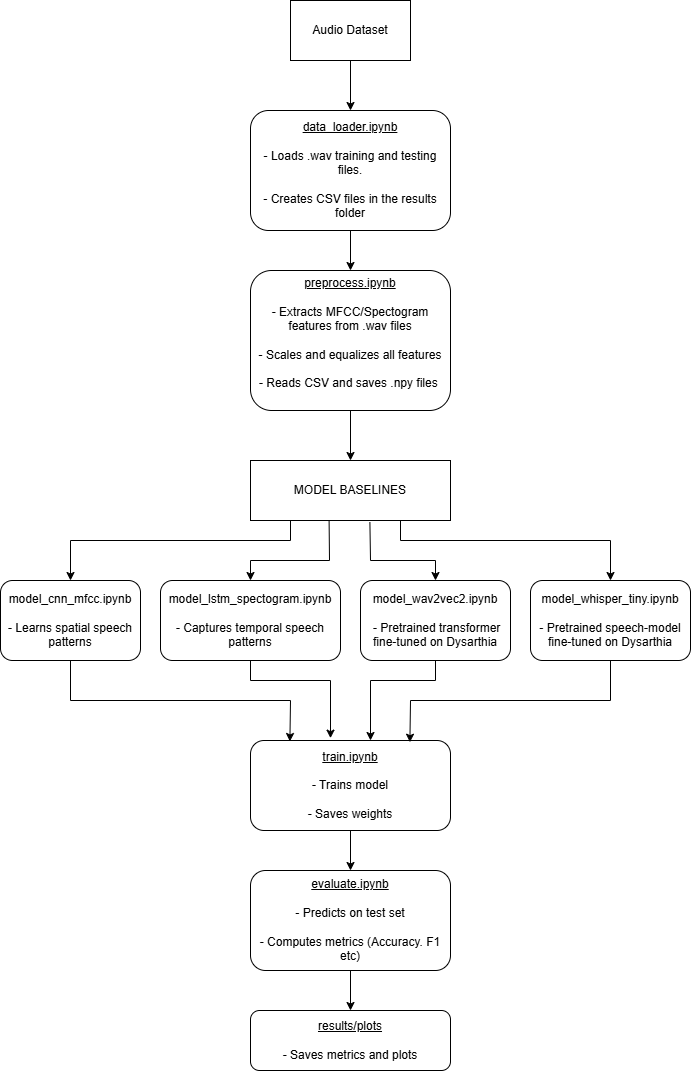
Earlier version of the draw.io export Baseline Pipeline Implementation/Pipeline Diagram.png (jharoon268/Detecting_Dysarthia). Source tidied: cells renumbered, new cells last; positions are measured from the earlier drawing's top-left corner, leaving out a move shared by most shapes.
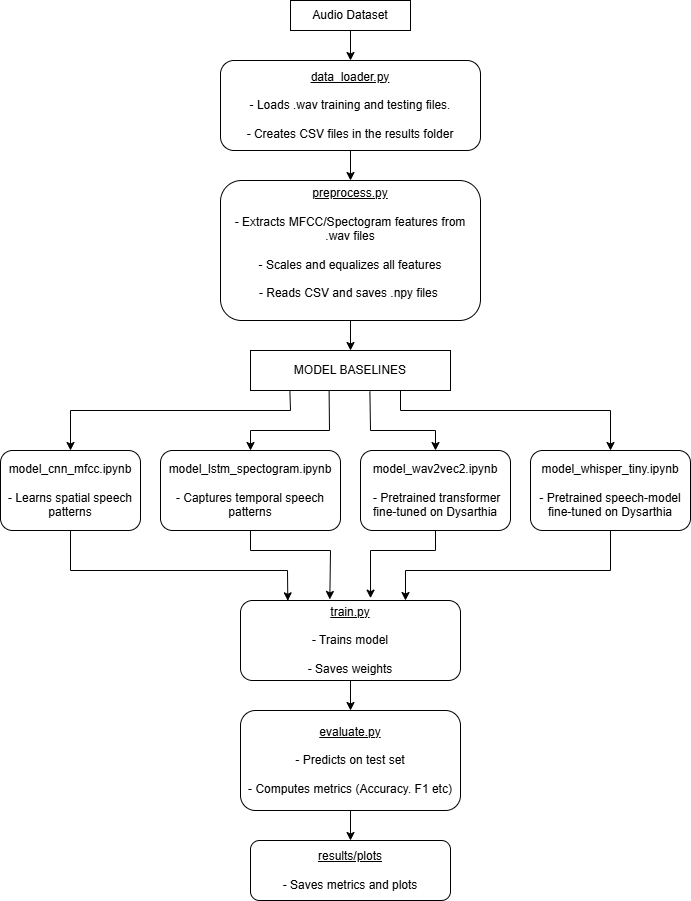
The same file after the commit.

The edit, as a diff of the source:
```diff
@@ -3,22 +3,22 @@
     <mxCell id="0" />
     <mxCell id="1" parent="0" />
     <mxCell id="2" value="Audio Dataset" style="rounded=0;whiteSpace=wrap;html=1;" parent="1" vertex="1">
-      <mxGeometry x="290" width="120" height="60" as="geometry" />
+      <mxGeometry x="290" y="50" width="120" height="30" as="geometry" />
     </mxCell>
-    <mxCell id="3" value="&lt;u&gt;data_loader.ipynb&lt;/u&gt;&lt;div&gt;&lt;br&gt;&lt;/div&gt;&lt;div&gt;- Loads .wav training and testing files.&lt;/div&gt;&lt;div&gt;&lt;br&gt;&lt;/div&gt;&lt;div&gt;- Creates CSV files in the results folder&lt;/div&gt;" style="rounded=1;whiteSpace=wrap;html=1;" parent="1" vertex="1">
-      <mxGeometry x="250" y="110" width="200" height="120" as="geometry" />
+    <mxCell id="3" value="&lt;u&gt;data_loader.py&lt;/u&gt;&lt;div&gt;&lt;br&gt;&lt;/div&gt;&lt;div&gt;- Loads .wav training and testing files.&lt;/div&gt;&lt;div&gt;&lt;br&gt;&lt;/div&gt;&lt;div&gt;- Creates CSV files in the results folder&lt;/div&gt;" style="rounded=1;whiteSpace=wrap;html=1;" parent="1" vertex="1">
+      <mxGeometry x="220" y="110" width="260" height="90" as="geometry" />
     </mxCell>
-    <mxCell id="4" value="&lt;u&gt;preprocess.ipynb&lt;/u&gt;&lt;div&gt;&lt;br&gt;&lt;/div&gt;&lt;div&gt;- Extracts MFCC/Spectogram features from .wav files&lt;/div&gt;&lt;div&gt;&lt;br&gt;&lt;/div&gt;&lt;div&gt;- Scales and equalizes all features&lt;/div&gt;&lt;div&gt;&lt;br&gt;&lt;/div&gt;&lt;div&gt;- Reads CSV and saves .npy files&amp;nbsp;&lt;/div&gt;&lt;div&gt;&lt;br&gt;&lt;/div&gt;" style="rounded=1;whiteSpace=wrap;html=1;" parent="1" vertex="1">
-      <mxGeometry x="250" y="270" width="200" height="140" as="geometry" />
+    <mxCell id="4" value="&lt;u&gt;preprocess.py&lt;/u&gt;&lt;div&gt;&lt;br&gt;&lt;/div&gt;&lt;div&gt;- Extracts MFCC/Spectogram features from .wav files&lt;/div&gt;&lt;div&gt;&lt;br&gt;&lt;/div&gt;&lt;div&gt;- Scales and equalizes all features&lt;/div&gt;&lt;div&gt;&lt;br&gt;&lt;/div&gt;&lt;div&gt;- Reads CSV and saves .npy files&amp;nbsp;&lt;/div&gt;&lt;div&gt;&lt;br&gt;&lt;/div&gt;" style="rounded=1;whiteSpace=wrap;html=1;" parent="1" vertex="1">
+      <mxGeometry x="220" y="230" width="260" height="140" as="geometry" />
     </mxCell>
-    <mxCell id="5" value="&lt;u&gt;train.ipynb&lt;/u&gt;&lt;div&gt;&lt;br&gt;&lt;/div&gt;&lt;div&gt;- Trains model&lt;/div&gt;&lt;div&gt;&lt;br&gt;&lt;/div&gt;&lt;div&gt;&lt;span style=&quot;background-color: transparent; color: light-dark(rgb(0, 0, 0), rgb(255, 255, 255));&quot;&gt;- Saves weights&lt;/span&gt;&lt;/div&gt;" style="rounded=1;whiteSpace=wrap;html=1;" parent="1" vertex="1">
-      <mxGeometry x="250" y="740" width="200" height="90" as="geometry" />
+    <mxCell id="5" value="&lt;u&gt;train.py&lt;/u&gt;&lt;div&gt;&lt;br&gt;&lt;/div&gt;&lt;div&gt;- Trains model&lt;/div&gt;&lt;div&gt;&lt;br&gt;&lt;/div&gt;&lt;div&gt;&lt;span style=&quot;background-color: transparent; color: light-dark(rgb(0, 0, 0), rgb(255, 255, 255));&quot;&gt;- Saves weights&lt;/span&gt;&lt;/div&gt;" style="rounded=1;whiteSpace=wrap;html=1;" parent="1" vertex="1">
+      <mxGeometry x="240" y="650" width="220" height="80" as="geometry" />
     </mxCell>
-    <mxCell id="6" value="&lt;u&gt;evaluate.ipynb&lt;/u&gt;&lt;div&gt;&lt;br&gt;&lt;/div&gt;&lt;div&gt;- Predicts on test set&lt;/div&gt;&lt;div&gt;&lt;br&gt;&lt;/div&gt;&lt;div&gt;- Computes metrics (Accuracy. F1 etc)&lt;/div&gt;" style="rounded=1;whiteSpace=wrap;html=1;" parent="1" vertex="1">
-      <mxGeometry x="250" y="870" width="200" height="100" as="geometry" />
+    <mxCell id="6" value="&lt;u&gt;evaluate.py&lt;/u&gt;&lt;div&gt;&lt;br&gt;&lt;/div&gt;&lt;div&gt;- Predicts on test set&lt;/div&gt;&lt;div&gt;&lt;br&gt;&lt;/div&gt;&lt;div&gt;- Computes metrics (Accuracy. F1 etc)&lt;/div&gt;" style="rounded=1;whiteSpace=wrap;html=1;" parent="1" vertex="1">
+      <mxGeometry x="240" y="760" width="220" height="100" as="geometry" />
     </mxCell>
     <mxCell id="7" value="&lt;u&gt;results/plots&lt;/u&gt;&lt;div&gt;&lt;br&gt;&lt;/div&gt;&lt;div&gt;- Saves metrics and plots&lt;/div&gt;" style="rounded=1;whiteSpace=wrap;html=1;" parent="1" vertex="1">
-      <mxGeometry x="250" y="1010" width="200" height="60" as="geometry" />
+      <mxGeometry x="250" y="890" width="200" height="60" as="geometry" />
     </mxCell>
     <mxCell id="8" style="endArrow=classic;html=1;rounded=0;exitX=0.5;exitY=1;exitDx=0;exitDy=0;entryX=0.5;entryY=0;entryDx=0;entryDy=0;" parent="1" edge="1" source="2" target="3">
       <mxGeometry relative="1" as="geometry" />
@@ -26,10 +26,8 @@
     <mxCell id="9" style="endArrow=classic;html=1;rounded=0;exitX=0.5;exitY=1;exitDx=0;exitDy=0;entryX=0.5;entryY=0;entryDx=0;entryDy=0;" parent="1" edge="1" source="3" target="4">
       <mxGeometry relative="1" as="geometry" />
     </mxCell>
-    <mxCell id="10" style="endArrow=classic;html=1;rounded=0;exitX=0.5;exitY=1;exitDx=0;exitDy=0;" parent="1" edge="1" source="4">
-      <mxGeometry relative="1" as="geometry">
-        <mxPoint x="350" y="460" as="targetPoint" />
-      </mxGeometry>
+    <mxCell id="10" style="endArrow=classic;html=1;rounded=0;exitX=0.5;exitY=1;exitDx=0;exitDy=0;entryX=0.5;entryY=0;entryDx=0;entryDy=0;" parent="1" edge="1" source="4" target="13">
+      <mxGeometry relative="1" as="geometry" />
     </mxCell>
     <mxCell id="11" style="endArrow=classic;html=1;rounded=0;exitX=0.5;exitY=1;exitDx=0;exitDy=0;entryX=0.5;entryY=0;entryDx=0;entryDy=0;" parent="1" edge="1" source="5" target="6">
       <mxGeometry relative="1" as="geometry" />
@@ -38,82 +36,81 @@
       <mxGeometry relative="1" as="geometry" />
     </mxCell>
     <mxCell id="13" value="MODEL BASELINES" style="rounded=0;whiteSpace=wrap;html=1;" parent="1" vertex="1">
-      <mxGeometry x="250" y="460" width="200" height="60" as="geometry" />
+      <mxGeometry x="250" y="400" width="200" height="40" as="geometry" />
     </mxCell>
     <mxCell id="14" value="model_cnn_mfcc.ipynb&lt;div&gt;&lt;br&gt;&lt;/div&gt;&lt;div&gt;- Learns spatial speech patterns&lt;/div&gt;" style="rounded=1;whiteSpace=wrap;html=1;" parent="1" vertex="1">
-      <mxGeometry y="580" width="140" height="80" as="geometry" />
+      <mxGeometry y="500" width="140" height="80" as="geometry" />
     </mxCell>
     <mxCell id="15" value="model_lstm_spectogram.ipynb&lt;div&gt;&lt;br&gt;&lt;/div&gt;&lt;div&gt;- Captures temporal speech patterns&lt;/div&gt;" style="rounded=1;whiteSpace=wrap;html=1;" parent="1" vertex="1">
-      <mxGeometry x="160" y="580" width="180" height="80" as="geometry" />
+      <mxGeometry x="160" y="500" width="180" height="80" as="geometry" />
     </mxCell>
     <mxCell id="16" value="model_wav2vec2.ipynb&lt;div&gt;&lt;br&gt;&lt;/div&gt;&lt;div&gt;&amp;nbsp;- Pretrained transformer fine-tuned on Dysarthia&lt;/div&gt;" style="rounded=1;whiteSpace=wrap;html=1;" parent="1" vertex="1">
-      <mxGeometry x="360" y="580" width="150" height="80" as="geometry" />
+      <mxGeometry x="360" y="500" width="150" height="80" as="geometry" />
     </mxCell>
     <mxCell id="17" value="model_whisper_tiny.ipynb&lt;div&gt;&lt;br&gt;&lt;/div&gt;&lt;div&gt;- Pretrained speech-model fine-tuned on Dysarthia&lt;/div&gt;" style="rounded=1;whiteSpace=wrap;html=1;" parent="1" vertex="1">
-      <mxGeometry x="530" y="580" width="160" height="80" as="geometry" />
+      <mxGeometry x="530" y="500" width="160" height="80" as="geometry" />
     </mxCell>
-    <mxCell id="18" style="endArrow=classic;html=1;rounded=0;entryX=0.5;entryY=0;entryDx=0;entryDy=0;" parent="1" edge="1" target="14">
+    <mxCell id="18" style="endArrow=classic;html=1;rounded=0;entryX=0.5;entryY=0;entryDx=0;entryDy=0;exitX=0.197;exitY=1.025;exitDx=0;exitDy=0;exitPerimeter=0;" parent="1" edge="1" source="13" target="14">
       <mxGeometry relative="1" as="geometry">
-        <mxPoint x="290" y="520" as="sourcePoint" />
         <Array as="points">
-          <mxPoint x="290" y="540" />
-          <mxPoint x="70" y="540" />
+          <mxPoint x="290" y="460" />
+          <mxPoint x="70" y="460" />
         </Array>
       </mxGeometry>
     </mxCell>
     <mxCell id="19" style="endArrow=classic;html=1;rounded=0;exitX=0.393;exitY=1.006;exitDx=0;exitDy=0;entryX=0.5;entryY=0;entryDx=0;entryDy=0;exitPerimeter=0;" parent="1" edge="1" source="13" target="15">
       <mxGeometry relative="1" as="geometry">
         <Array as="points">
-          <mxPoint x="329" y="560" />
-          <mxPoint x="250" y="560" />
+          <mxPoint x="329" y="480" />
+          <mxPoint x="250" y="480" />
         </Array>
       </mxGeometry>
     </mxCell>
     <mxCell id="20" style="endArrow=classic;html=1;rounded=0;exitX=0.597;exitY=1.028;exitDx=0;exitDy=0;exitPerimeter=0;entryX=0.5;entryY=0;entryDx=0;entryDy=0;" parent="1" edge="1" source="13" target="16">
       <mxGeometry relative="1" as="geometry">
         <Array as="points">
-          <mxPoint x="370" y="560" />
-          <mxPoint x="435" y="560" />
+          <mxPoint x="370" y="480" />
+          <mxPoint x="435" y="480" />
         </Array>
       </mxGeometry>
     </mxCell>
     <mxCell id="21" style="endArrow=classic;html=1;rounded=0;entryX=0.5;entryY=0;entryDx=0;entryDy=0;exitX=0.75;exitY=1;exitDx=0;exitDy=0;" parent="1" edge="1" source="13" target="17">
       <mxGeometry relative="1" as="geometry">
         <Array as="points">
-          <mxPoint x="400" y="540" />
-          <mxPoint x="610" y="540" />
+          <mxPoint x="400" y="460" />
+          <mxPoint x="610" y="460" />
         </Array>
       </mxGeometry>
     </mxCell>
-    <mxCell id="22" style="endArrow=classic;html=1;rounded=0;exitX=0.5;exitY=1;exitDx=0;exitDy=0;entryX=0.197;entryY=0.011;entryDx=0;entryDy=0;entryPerimeter=0;" parent="1" edge="1" source="14" target="5">
+    <mxCell id="22" style="endArrow=classic;html=1;rounded=0;exitX=0.5;exitY=1;exitDx=0;exitDy=0;entryX=0.215;entryY=0.004;entryDx=0;entryDy=0;entryPerimeter=0;" parent="1" edge="1" source="14" target="5">
       <mxGeometry relative="1" as="geometry">
         <Array as="points">
-          <mxPoint x="70" y="700" />
-          <mxPoint x="290" y="700" />
+          <mxPoint x="70" y="620" />
+          <mxPoint x="287" y="620" />
         </Array>
       </mxGeometry>
     </mxCell>
-    <mxCell id="23" style="endArrow=classic;html=1;rounded=0;exitX=0.5;exitY=1;exitDx=0;exitDy=0;entryX=0.4;entryY=-0.026;entryDx=0;entryDy=0;entryPerimeter=0;" parent="1" edge="1" source="15" target="5">
+    <mxCell id="23" style="endArrow=classic;html=1;rounded=0;exitX=0.5;exitY=1;exitDx=0;exitDy=0;entryX=0.406;entryY=-0.013;entryDx=0;entryDy=0;entryPerimeter=0;" parent="1" edge="1" source="15" target="5">
       <mxGeometry relative="1" as="geometry">
         <Array as="points">
-          <mxPoint x="250" y="680" />
-          <mxPoint x="330" y="680" />
+          <mxPoint x="250" y="600" />
+          <mxPoint x="330" y="600" />
         </Array>
       </mxGeometry>
     </mxCell>
-    <mxCell id="24" style="endArrow=classic;html=1;rounded=0;exitX=0.5;exitY=1;exitDx=0;exitDy=0;entryX=0.6;entryY=0;entryDx=0;entryDy=0;entryPerimeter=0;" parent="1" edge="1" source="16" target="5">
+    <mxCell id="24" style="endArrow=classic;html=1;rounded=0;exitX=0.5;exitY=1;exitDx=0;exitDy=0;entryX=0.591;entryY=-0.029;entryDx=0;entryDy=0;entryPerimeter=0;" parent="1" edge="1" source="16" target="5">
       <mxGeometry relative="1" as="geometry">
         <Array as="points">
-          <mxPoint x="435" y="680" />
-          <mxPoint x="370" y="680" />
+          <mxPoint x="435" y="600" />
+          <mxPoint x="370" y="600" />
         </Array>
       </mxGeometry>
     </mxCell>
-    <mxCell id="25" style="endArrow=classic;html=1;rounded=0;exitX=0.5;exitY=1;exitDx=0;exitDy=0;entryX=0.797;entryY=0.019;entryDx=0;entryDy=0;entryPerimeter=0;" parent="1" edge="1" source="17" target="5">
+    <mxCell id="25" style="endArrow=classic;html=1;rounded=0;exitX=0.5;exitY=1;exitDx=0;exitDy=0;entryX=0.75;entryY=0;entryDx=0;entryDy=0;" parent="1" edge="1" source="17" target="5">
       <mxGeometry relative="1" as="geometry">
         <Array as="points">
-          <mxPoint x="610" y="700" />
-          <mxPoint x="410" y="700" />
+          <mxPoint x="610" y="620" />
+          <mxPoint x="405" y="620" />
         </Array>
       </mxGeometry>
     </mxCell>
```
